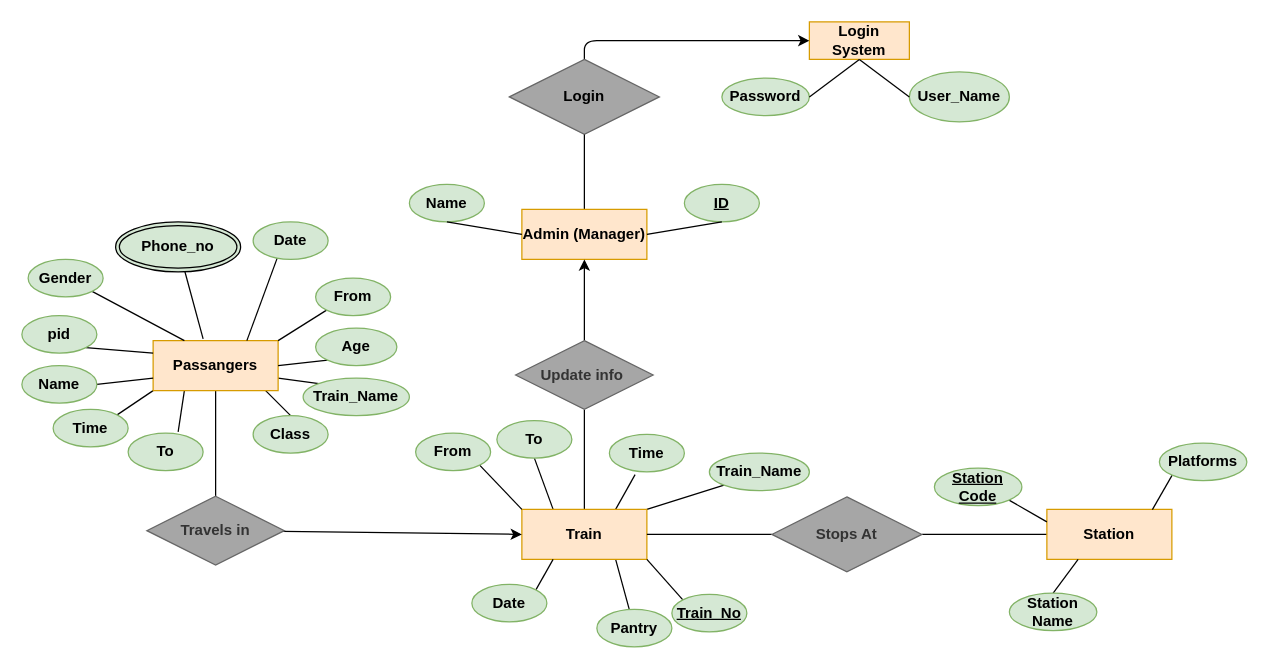
Above: ERdbmsre.drawio in gameboy-stack/TTreserv (draw.io), before the change. Source tidied: cells renumbered, new cells numbered last; positions are measured from the earlier drawing's top-left corner, leaving out a move shared by most shapes. Both pictures are drawn from the tidied source at 125%, with x=0, y=0 at pixel (21, 21).
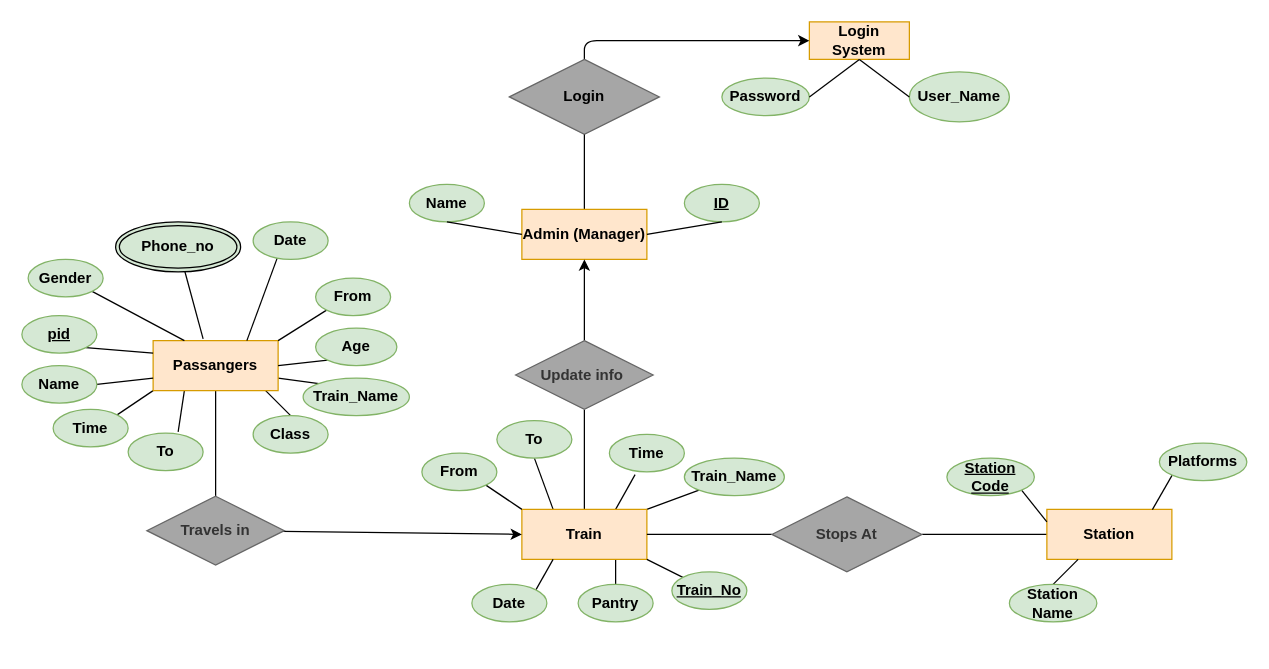
The same page after the edit.

The edit, as a diff of the source:
```diff
@@
     <mxCell id="41" value="&lt;b&gt;From&lt;/b&gt;" style="ellipse;whiteSpace=wrap;html=1;align=center;strokeColor=#82b366;fillColor=#d5e8d4;" parent="1" vertex="1">
-      <mxGeometry x="315" y="329" width="60" height="30" as="geometry" />
+      <mxGeometry x="320" y="345" width="60" height="30" as="geometry" />
     </mxCell>
@@
     <mxCell id="45" value="&lt;b&gt;&lt;u&gt;Train_No&lt;/u&gt;&lt;/b&gt;" style="ellipse;whiteSpace=wrap;html=1;align=center;strokeColor=#82b366;fillColor=#d5e8d4;" parent="1" vertex="1">
-      <mxGeometry x="520" y="458" width="60" height="30" as="geometry" />
+      <mxGeometry x="520" y="440" width="60" height="30" as="geometry" />
     </mxCell>
@@
     <mxCell id="49" value="&lt;b&gt;Pantry&lt;/b&gt;" style="ellipse;whiteSpace=wrap;html=1;align=center;strokeColor=#82b366;fillColor=#d5e8d4;" parent="1" vertex="1">
-      <mxGeometry x="460" y="470" width="60" height="30" as="geometry" />
+      <mxGeometry x="445" y="450" width="60" height="30" as="geometry" />
     </mxCell>
@@
     <mxCell id="51" value="&lt;b&gt;&lt;u&gt;Station Code&lt;/u&gt;&lt;/b&gt;" style="ellipse;whiteSpace=wrap;html=1;align=center;strokeColor=#82b366;fillColor=#d5e8d4;" parent="1" vertex="1">
-      <mxGeometry x="730" y="357" width="70" height="30" as="geometry" />
+      <mxGeometry x="740" y="349" width="70" height="30" as="geometry" />
     </mxCell>
@@
     <mxCell id="53" value="&lt;b&gt;Station Name&lt;/b&gt;" style="ellipse;whiteSpace=wrap;html=1;align=center;strokeColor=#82b366;fillColor=#d5e8d4;" parent="1" vertex="1">
-      <mxGeometry x="790" y="457" width="70" height="30" as="geometry" />
+      <mxGeometry x="790" y="450" width="70" height="30" as="geometry" />
     </mxCell>
@@
     <mxCell id="66" value="&lt;b&gt;Train_Name&lt;/b&gt;" style="ellipse;whiteSpace=wrap;html=1;align=center;strokeColor=#82b366;fillColor=#d5e8d4;" parent="1" vertex="1">
-      <mxGeometry x="550" y="345" width="80" height="30" as="geometry" />
+      <mxGeometry x="530" y="349" width="80" height="30" as="geometry" />
     </mxCell>
@@
-    <mxCell id="73" value="&lt;b&gt;pid&lt;/b&gt;" style="ellipse;whiteSpace=wrap;html=1;align=center;strokeColor=#82b366;fillColor=#d5e8d4;" parent="1" vertex="1">
+    <mxCell id="73" value="&lt;b&gt;&lt;u&gt;pid&lt;/u&gt;&lt;/b&gt;" style="ellipse;whiteSpace=wrap;html=1;align=center;strokeColor=#82b366;fillColor=#d5e8d4;" parent="1" vertex="1">
       <mxGeometry y="235" width="60" height="30" as="geometry" />
     </mxCell>
```
